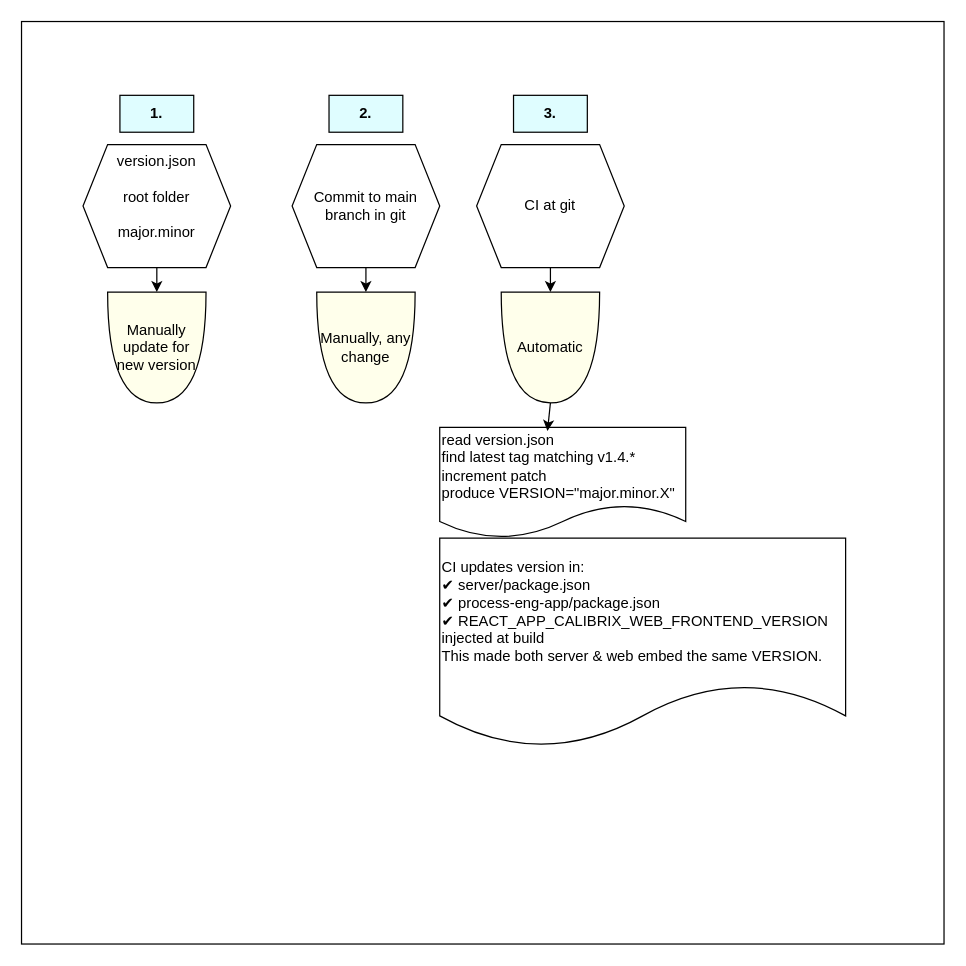
The draw.io diagram Documents/Version management.drawio in JuliaF929/ProductionRepo, before the edit. Source tidied: cells renumbered, new cells numbered last; positions are measured from the earlier drawing's top-left corner, leaving out a move shared by most shapes. Both pictures are drawn from the tidied source at 123%, with x=0, y=0 at pixel (21, 21).
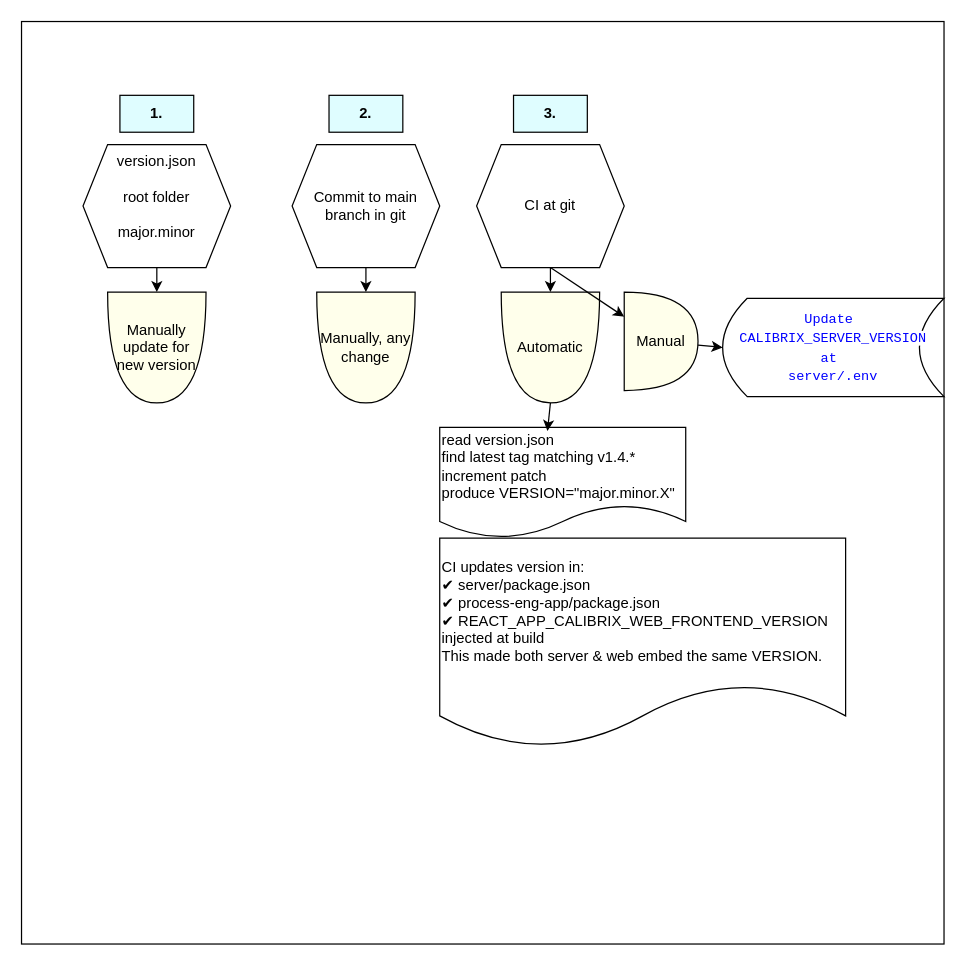
The same diagram, later.

The change refers to these unchanged cells:
```xml
<mxCell id="10" value="&lt;div&gt;CI at git&lt;/div&gt;" style="shape=hexagon;perimeter=hexagonPerimeter2;whiteSpace=wrap;html=1;fixedSize=1;" parent="1" vertex="1">
  <mxGeometry x="370" y="100" width="120" height="100" as="geometry" />
</mxCell>
```

What changed in the source:
```diff
@@
+    <mxCell id="18" value="Manual" style="shape=or;whiteSpace=wrap;html=1;fillColor=#FFFFEB;" parent="1" vertex="1">
+      <mxGeometry x="490" y="220" width="60" height="80" as="geometry" />
+    </mxCell>
+    <mxCell id="19" value="&lt;span style=&quot;color: rgb(0, 0, 255); font-family: Consolas, &amp;quot;Courier New&amp;quot;, monospace; font-size: 11px; white-space: pre; background-color: rgb(255, 255, 255);&quot;&gt;Update &lt;/span&gt;&lt;br style=&quot;color: rgb(0, 0, 255); font-family: Consolas, &amp;quot;Courier New&amp;quot;, monospace; font-size: 11px; white-space: pre; background-color: rgb(255, 255, 255);&quot;&gt;&lt;span style=&quot;color: rgb(0, 0, 255); font-family: Consolas, &amp;quot;Courier New&amp;quot;, monospace; font-size: 11px; white-space: pre; background-color: rgb(255, 255, 255);&quot;&gt;CALIBRIX_SERVER_VERSION&lt;/span&gt;&lt;br style=&quot;color: rgb(0, 0, 255); font-family: Consolas, &amp;quot;Courier New&amp;quot;, monospace; font-size: 11px; white-space: pre; background-color: rgb(255, 255, 255);&quot;&gt;&lt;span style=&quot;color: rgb(0, 0, 255); font-family: Consolas, &amp;quot;Courier New&amp;quot;, monospace; font-size: 11px; white-space: pre; background-color: rgb(255, 255, 255);&quot;&gt;at &lt;/span&gt;&lt;br style=&quot;color: rgb(0, 0, 255); font-family: Consolas, &amp;quot;Courier New&amp;quot;, monospace; font-size: 11px; white-space: pre; background-color: rgb(255, 255, 255);&quot;&gt;&lt;span style=&quot;color: rgb(0, 0, 255); font-family: Consolas, &amp;quot;Courier New&amp;quot;, monospace; font-size: 11px; white-space: pre; background-color: rgb(255, 255, 255);&quot;&gt;server/.env&lt;/span&gt;" style="shape=dataStorage;whiteSpace=wrap;html=1;fixedSize=1;" parent="1" vertex="1">
+      <mxGeometry x="570" y="225" width="180" height="80" as="geometry" />
+    </mxCell>
+    <mxCell id="20" style="endArrow=classic;html=1;rounded=0;entryX=0;entryY=0.5;entryDx=0;entryDy=0;" parent="1" edge="1" source="18" target="19">
+      <mxGeometry relative="1" as="geometry" />
+    </mxCell>
+    <mxCell id="21" style="endArrow=classic;html=1;rounded=0;exitX=0.5;exitY=1;exitDx=0;exitDy=0;" parent="1" edge="1" source="10" target="18">
+      <mxGeometry relative="1" as="geometry" />
+    </mxCell>
```
